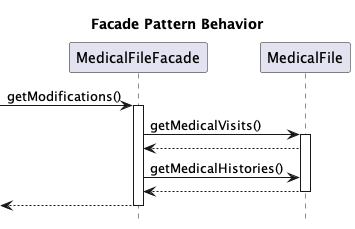
KevenJAntenor/Quebec-Centralized-Medical-Record-System keeps this PlantUML diagram as plantUml-partie2/observer-seq-1.png. Above is the earlier version. The source it was exported from:
```plantuml
@startuml

hide footbox
title Facade Pattern Behavior

participant "MedicalFileFacade" as F
participant "MedicalFile" as A

[-> F: getModifications()
activate F
F -> A: getMedicalVisits()
activate A
A --> F
F -> A: getMedicalHistories()
A --> F
deactivate A
[<-- F
deactivate F

@enduml
```
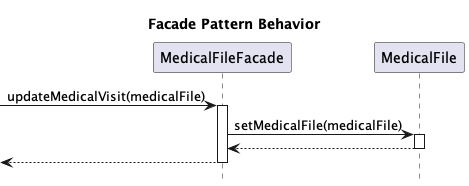
After the commit.

Commit message:
Update observer and faced pattern diagrams and in partie2

What changed in the source:
```diff
@@ -6,12 +6,10 @@
 participant "MedicalFileFacade" as F
 participant "MedicalFile" as A
 
-[-> F: getModifications()
+[-> F: updateMedicalVisit(medicalFile)
 activate F
-F -> A: getMedicalVisits()
+F -> A: setMedicalFile(medicalFile)
 activate A
-A --> F
-F -> A: getMedicalHistories()
 A --> F
 deactivate A
 [<-- F
```
